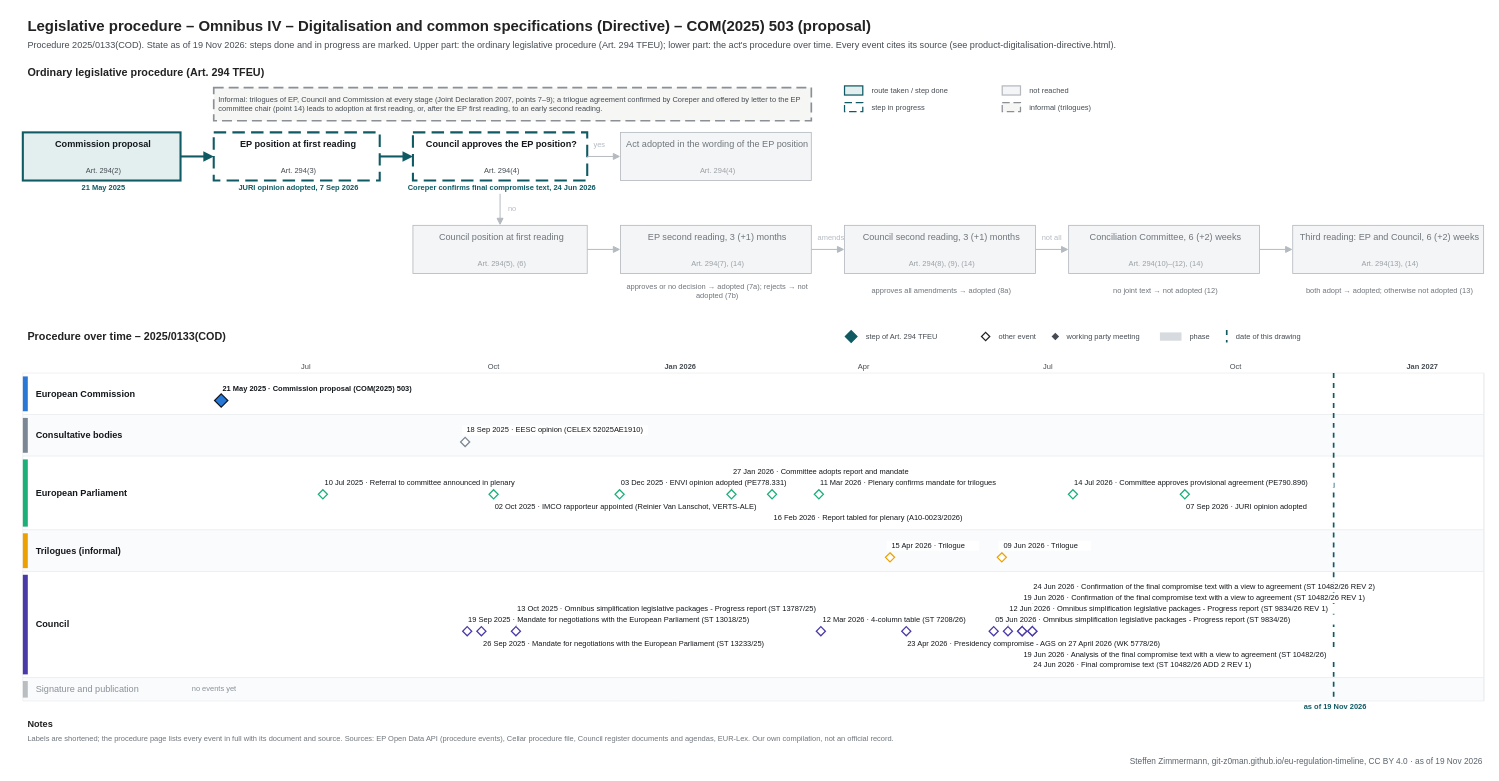
The draw.io diagram procedures/product-digitalisation-directive.drawio in git-z0man/eu-regulation-timeline, before the edit. Source tidied: cells renumbered, new cells numbered last; positions are measured from the earlier drawing's top-left corner, leaving out a move shared by most shapes. Both pictures are drawn from the tidied source at 83%, with x=0, y=0 at pixel (14, 14).
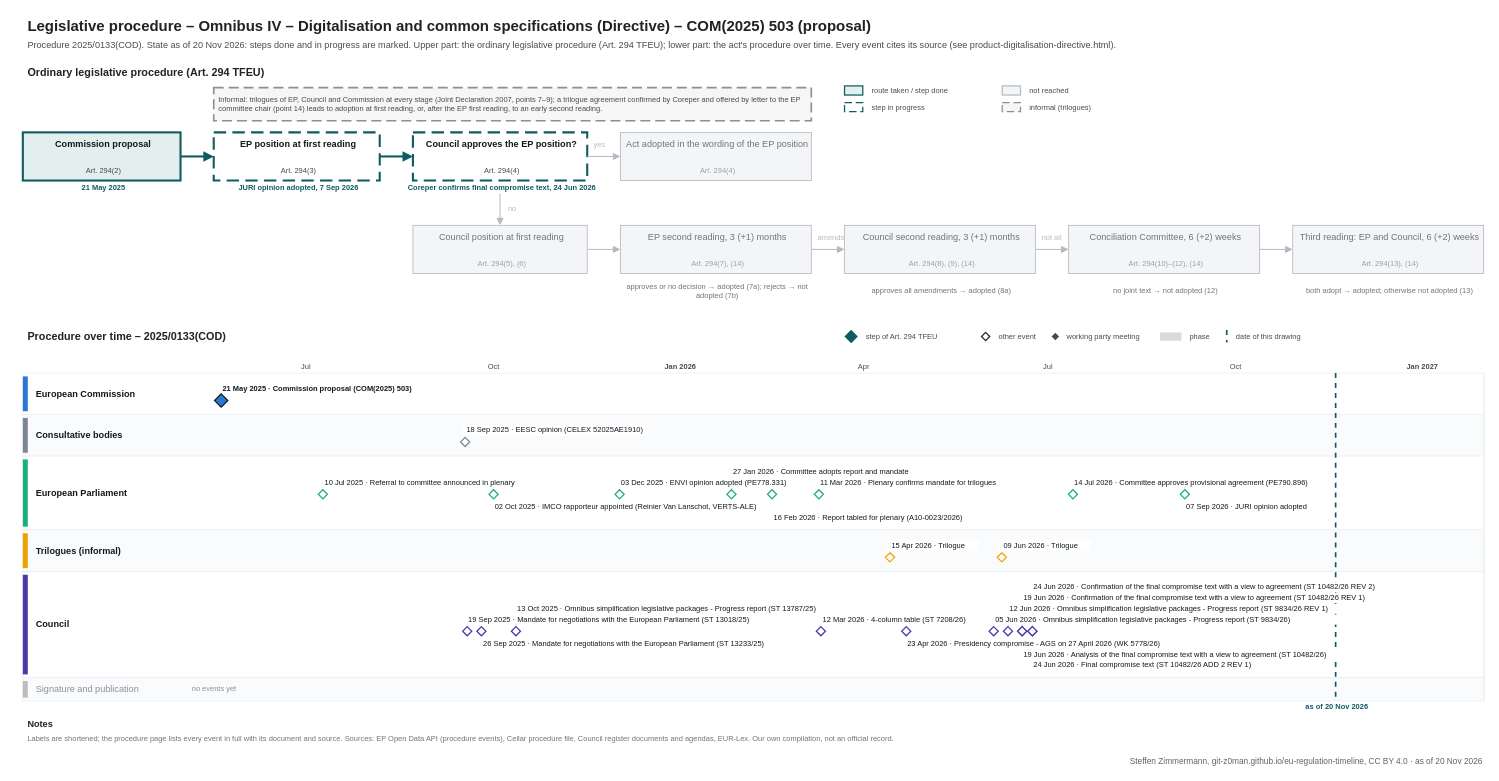
The same page after the edit.

Diff of the diagram source:
```diff
@@
-    <mxCell id="3" value="Procedure 2025/0133(COD). State as of 19 Nov 2026: steps done and in progress are marked. Upper part: the ordinary legislative procedure (Art. 294 TFEU); lower part: the act's procedure over time. Every event cites its source (see product-digitalisation-directive.html)." style="text;html=1;fontSize=11;fontColor=#454c53;align=left;verticalAlign=middle;spacingLeft=4;" parent="1" vertex="1">
+    <mxCell id="3" value="Procedure 2025/0133(COD). State as of 20 Nov 2026: steps done and in progress are marked. Upper part: the ordinary legislative procedure (Art. 294 TFEU); lower part: the act's procedure over time. Every event cites its source (see product-digitalisation-directive.html)." style="text;html=1;fontSize=11;fontColor=#454c53;align=left;verticalAlign=middle;spacingLeft=4;" parent="1" vertex="1">
       <mxGeometry x="10" y="28" width="1700" height="18" as="geometry" />
     </mxCell>
@@
     <mxCell id="120" style="line;html=1;strokeWidth=2;strokeColor=#0f5a63;direction=south;dashed=1;" parent="1" vertex="1">
-      <mxGeometry x="1588.8" y="432" width="1" height="395" as="geometry" />
+      <mxGeometry x="1591.2" y="432" width="1" height="395" as="geometry" />
     </mxCell>
-    <mxCell id="121" value="as of 19 Nov 2026" style="text;html=1;fontSize=9;fontColor=#0f5a63;align=center;verticalAlign=middle;spacingLeft=4;fontStyle=1;" parent="1" vertex="1">
-      <mxGeometry x="1528.8" y="828" width="120" height="12" as="geometry" />
+    <mxCell id="121" value="as of 20 Nov 2026" style="text;html=1;fontSize=9;fontColor=#0f5a63;align=center;verticalAlign=middle;spacingLeft=4;fontStyle=1;" parent="1" vertex="1">
+      <mxGeometry x="1531.2" y="828" width="120" height="12" as="geometry" />
     </mxCell>
@@
-    <mxCell id="178" value="Steffen Zimmermann, git-z0man.github.io/eu-regulation-timeline, CC BY 4.0 · as of 19 Nov 2026" style="text;html=1;fontSize=10;fontColor=#5b646b;align=right;verticalAlign=middle;spacingLeft=4;" parent="1" vertex="1">
+    <mxCell id="178" value="Steffen Zimmermann, git-z0man.github.io/eu-regulation-timeline, CC BY 4.0 · as of 20 Nov 2026" style="text;html=1;fontSize=10;fontColor=#5b646b;align=right;verticalAlign=middle;spacingLeft=4;" parent="1" vertex="1">
       <mxGeometry x="10" y="891" width="1760" height="16" as="geometry" />
     </mxCell>
```
